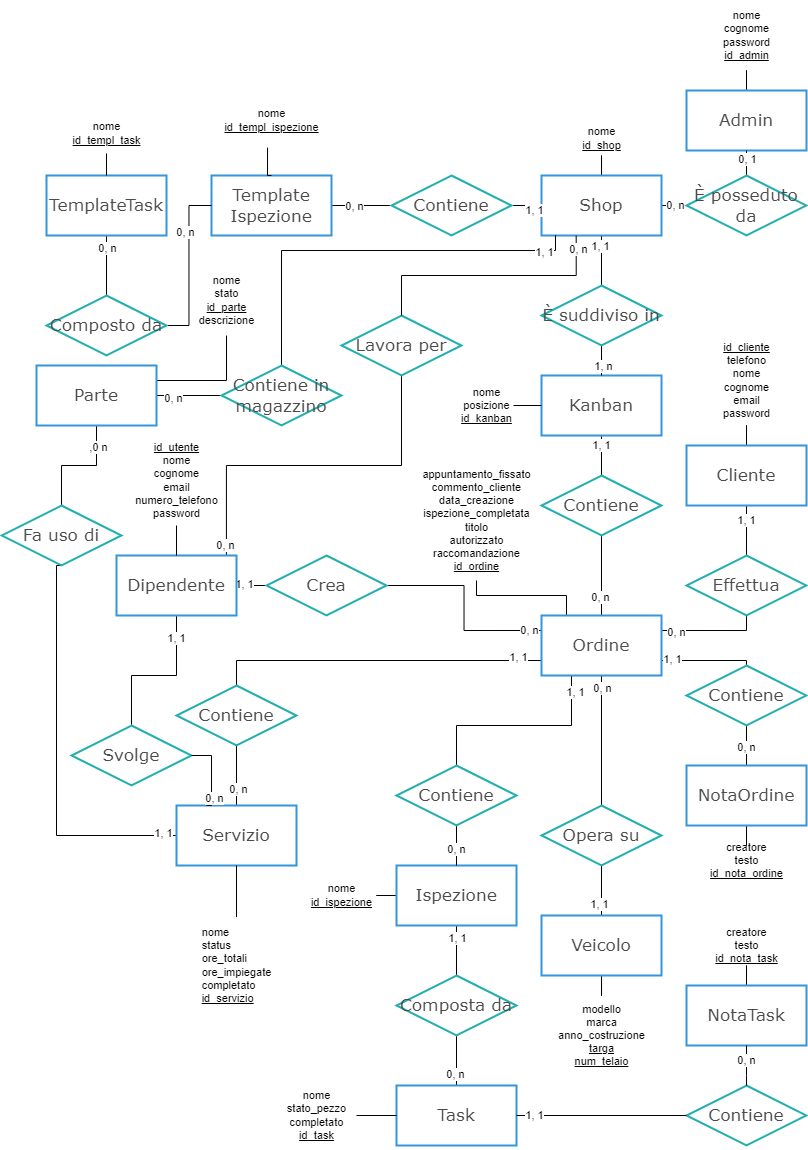
Above: res/SchemaER.png in Mattia-Gaetano-Greco/Officina (draw.io), before the change. Source tidied: cells renumbered, new cells last; positions are measured from the earlier drawing's top-left corner, leaving out a move shared by most shapes.
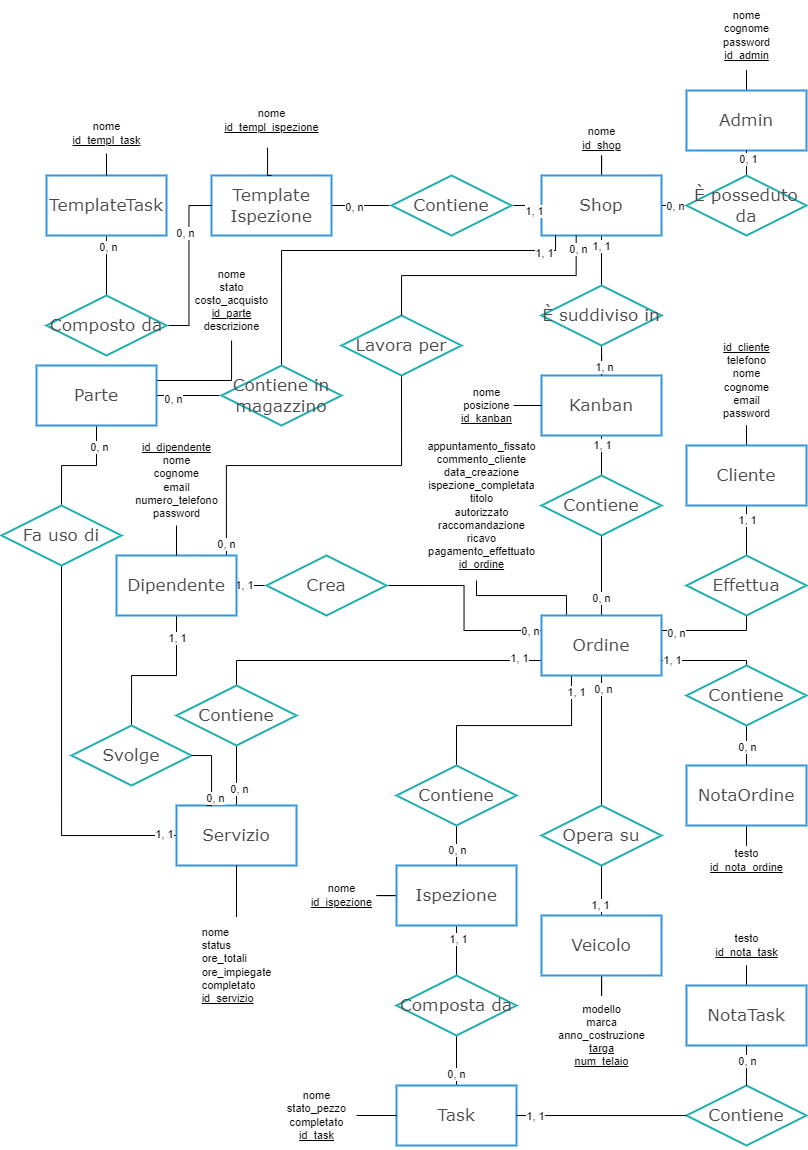
Above is the later version.

What changed in the source:
```diff
@@ -181,8 +181,8 @@
     <mxCell id="49" value="È suddiviso in" style="rhombus;whiteSpace=wrap;html=1;strokeWidth=2;strokeColor=#24afaf;fontFamily=Verdana;fontSize=17;fontColor=#4B4B4B;" parent="1" vertex="1">
       <mxGeometry x="540" y="285" width="120" height="60" as="geometry" />
     </mxCell>
-    <mxCell id="50" value="appuntamento_fissato&lt;br style=&quot;font-size: 11px;&quot;&gt;commento_cliente&lt;br style=&quot;font-size: 11px;&quot;&gt;data_creazione&lt;br style=&quot;font-size: 11px;&quot;&gt;ispezione_completata&lt;br style=&quot;font-size: 11px;&quot;&gt;titolo&lt;br style=&quot;font-size: 11px;&quot;&gt;autorizzato&lt;br style=&quot;font-size: 11px;&quot;&gt;raccomandazione&lt;br style=&quot;font-size: 11px;&quot;&gt;&lt;u style=&quot;font-size: 11px;&quot;&gt;id_ordine&lt;/u&gt;" style="text;html=1;align=center;verticalAlign=middle;points=[];strokeColor=none;fillColor=none;fontSize=11;fontFamily=Helvetica;fontColor=default;" parent="1" vertex="1">
-      <mxGeometry x="410" y="460" width="130" height="120" as="geometry" />
+    <mxCell id="50" value="appuntamento_fissato&lt;br style=&quot;font-size: 11px;&quot;&gt;commento_cliente&lt;br style=&quot;font-size: 11px;&quot;&gt;data_creazione&lt;br style=&quot;font-size: 11px;&quot;&gt;ispezione_completata&lt;br style=&quot;font-size: 11px;&quot;&gt;titolo&lt;br style=&quot;font-size: 11px;&quot;&gt;autorizzato&lt;br style=&quot;font-size: 11px;&quot;&gt;raccomandazione&lt;br&gt;ricavo&lt;br&gt;pagamento_effettuato&lt;br style=&quot;font-size: 11px;&quot;&gt;&lt;u style=&quot;font-size: 11px;&quot;&gt;id_ordine&lt;/u&gt;" style="text;html=1;align=center;verticalAlign=middle;points=[];strokeColor=none;fillColor=none;fontSize=11;fontFamily=Helvetica;fontColor=default;" parent="1" vertex="1">
+      <mxGeometry x="415" y="430" width="130" height="150" as="geometry" />
     </mxCell>
     <mxCell id="51" value="modello&lt;br style=&quot;font-size: 11px;&quot;&gt;marca&lt;br style=&quot;font-size: 11px;&quot;&gt;anno_costruzione&lt;br style=&quot;font-size: 11px;&quot;&gt;&lt;u style=&quot;font-size: 11px;&quot;&gt;targa&lt;br style=&quot;font-size: 11px;&quot;&gt;num_telaio&lt;/u&gt;" style="text;html=1;align=center;verticalAlign=middle;points=[];strokeColor=none;fillColor=none;fontSize=11;fontFamily=Helvetica;fontColor=default;" parent="1" vertex="1">
       <mxGeometry x="545" y="995" width="110" height="80" as="geometry" />
@@ -201,8 +201,8 @@
     <mxCell id="55" value="Contiene" style="rhombus;whiteSpace=wrap;html=1;strokeWidth=2;strokeColor=#24afaf;fontFamily=Verdana;fontSize=17;fontColor=#4B4B4B;" parent="1" vertex="1">
       <mxGeometry x="685" y="665" width="120" height="60" as="geometry" />
     </mxCell>
-    <mxCell id="56" value="creatore&lt;br style=&quot;font-size: 11px;&quot;&gt;testo&lt;br style=&quot;font-size: 11px;&quot;&gt;&lt;u style=&quot;font-size: 11px;&quot;&gt;id_nota_task&lt;/u&gt;" style="text;html=1;align=center;verticalAlign=middle;points=[];strokeColor=none;fillColor=none;fontSize=11;fontFamily=Helvetica;fontColor=default;" parent="1" vertex="1">
-      <mxGeometry x="700" y="920" width="90" height="50" as="geometry" />
+    <mxCell id="56" value="testo&lt;br style=&quot;font-size: 11px;&quot;&gt;&lt;u style=&quot;font-size: 11px;&quot;&gt;id_nota_task&lt;/u&gt;" style="text;html=1;align=center;verticalAlign=middle;points=[];strokeColor=none;fillColor=none;fontSize=11;fontFamily=Helvetica;fontColor=default;" parent="1" vertex="1">
+      <mxGeometry x="700" y="925" width="90" height="40" as="geometry" />
     </mxCell>
     <mxCell id="57" style="edgeStyle=orthogonalEdgeStyle;shape=connector;rounded=0;jettySize=auto;html=1;labelBackgroundColor=default;strokeColor=default;align=center;verticalAlign=middle;fontFamily=Helvetica;fontSize=11;fontColor=default;endArrow=none;endFill=0;" parent="1" edge="1" source="60" target="66">
       <mxGeometry relative="1" as="geometry" />
@@ -281,7 +281,7 @@
     <mxCell id="78" style="edgeStyle=orthogonalEdgeStyle;rounded=0;jettySize=auto;html=1;exitX=0.5;exitY=1;exitDx=0;exitDy=0;entryX=0.5;entryY=0;entryDx=0;entryDy=0;endArrow=none;endFill=0;" parent="1" edge="1" source="80" target="111">
       <mxGeometry relative="1" as="geometry" />
     </mxCell>
-    <mxCell id="79" value=",0 n" style="edgeLabel;html=1;align=center;verticalAlign=middle;" parent="78" vertex="1">
+    <mxCell id="79" value="0, n" style="edgeLabel;html=1;align=center;verticalAlign=middle;" parent="78" vertex="1">
       <mxGeometry x="-0.62" y="2" relative="1" as="geometry" />
     </mxCell>
     <mxCell id="80" value="Parte" style="rounded=0;whiteSpace=wrap;html=1;strokeWidth=2;strokeColor=#3396dd;fontFamily=Verdana;fontSize=17;fontColor=#4B4B4B;" parent="1" vertex="1">
@@ -290,8 +290,8 @@
     <mxCell id="81" value="Contiene in magazzino" style="rhombus;whiteSpace=wrap;html=1;strokeWidth=2;strokeColor=#24afaf;fontFamily=Verdana;fontSize=17;fontColor=#4B4B4B;" parent="1" vertex="1">
       <mxGeometry x="220" y="365" width="120" height="60" as="geometry" />
     </mxCell>
-    <mxCell id="82" value="nome&lt;br style=&quot;font-size: 11px;&quot;&gt;stato&lt;br style=&quot;font-size: 11px;&quot;&gt;&lt;u style=&quot;font-size: 11px;&quot;&gt;id_parte&lt;/u&gt;&lt;br style=&quot;font-size: 11px;&quot;&gt;descrizione" style="text;html=1;align=center;verticalAlign=middle;points=[];strokeColor=none;fillColor=none;fontSize=11;fontFamily=Helvetica;fontColor=default;" parent="1" vertex="1">
-      <mxGeometry x="185" y="265" width="80" height="70" as="geometry" />
+    <mxCell id="82" value="nome&lt;br style=&quot;font-size: 11px;&quot;&gt;stato&lt;br&gt;costo_acquisto&lt;br style=&quot;font-size: 11px;&quot;&gt;&lt;u style=&quot;font-size: 11px;&quot;&gt;id_parte&lt;/u&gt;&lt;br style=&quot;font-size: 11px;&quot;&gt;descrizione" style="text;html=1;align=center;verticalAlign=middle;points=[];strokeColor=none;fillColor=none;fontSize=11;fontFamily=Helvetica;fontColor=default;" parent="1" vertex="1">
+      <mxGeometry x="180" y="260" width="100" height="80" as="geometry" />
     </mxCell>
     <mxCell id="83" style="edgeStyle=orthogonalEdgeStyle;shape=connector;rounded=0;jettySize=auto;html=1;exitX=1;exitY=0.5;exitDx=0;exitDy=0;entryX=0;entryY=0.5;entryDx=0;entryDy=0;labelBackgroundColor=default;strokeColor=default;align=center;verticalAlign=middle;fontFamily=Helvetica;fontSize=11;fontColor=default;endArrow=none;endFill=0;" parent="1" edge="1" source="90" target="46">
       <mxGeometry relative="1" as="geometry" />
@@ -356,7 +356,7 @@
     <mxCell id="101" style="edgeStyle=orthogonalEdgeStyle;rounded=0;jettySize=auto;html=1;exitX=0;exitY=0.5;exitDx=0;exitDy=0;entryX=0.5;entryY=1;entryDx=0;entryDy=0;endArrow=none;endFill=0;" parent="1" edge="1" source="103" target="111">
       <mxGeometry relative="1" as="geometry">
         <Array as="points">
-          <mxPoint x="55" y="835" />
+          <mxPoint x="60" y="835" />
         </Array>
       </mxGeometry>
     </mxCell>
@@ -426,8 +426,8 @@
     <mxCell id="118" value="NotaOrdine" style="rounded=0;whiteSpace=wrap;html=1;strokeWidth=2;strokeColor=#3396dd;fontFamily=Verdana;fontSize=17;fontColor=#4B4B4B;" parent="1" vertex="1">
       <mxGeometry x="685" y="765" width="120" height="60" as="geometry" />
     </mxCell>
-    <mxCell id="119" value="creatore&lt;br style=&quot;font-size: 11px;&quot;&gt;testo&lt;br style=&quot;font-size: 11px;&quot;&gt;&lt;u style=&quot;font-size: 11px;&quot;&gt;id_nota_ordine&lt;/u&gt;" style="text;html=1;align=center;verticalAlign=middle;points=[];strokeColor=none;fillColor=none;fontSize=11;fontFamily=Helvetica;fontColor=default;" parent="1" vertex="1">
-      <mxGeometry x="695" y="835" width="100" height="50" as="geometry" />
+    <mxCell id="119" value="testo&lt;br style=&quot;font-size: 11px;&quot;&gt;&lt;u style=&quot;font-size: 11px;&quot;&gt;id_nota_ordine&lt;/u&gt;" style="text;html=1;align=center;verticalAlign=middle;points=[];strokeColor=none;fillColor=none;fontSize=11;fontFamily=Helvetica;fontColor=default;" parent="1" vertex="1">
+      <mxGeometry x="695" y="840" width="100" height="40" as="geometry" />
     </mxCell>
     <mxCell id="120" value="nome&lt;br style=&quot;font-size: 11px;&quot;&gt;posizione&lt;br&gt;&lt;u&gt;id_kanban&lt;/u&gt;" style="text;html=1;align=center;verticalAlign=middle;strokeColor=none;fillColor=none;fontSize=11;" parent="1" vertex="1">
       <mxGeometry x="450" y="380" width="70" height="50" as="geometry" />
@@ -437,7 +437,7 @@
         <mxPoint x="512" y="405" as="targetPoint" />
       </mxGeometry>
     </mxCell>
-    <mxCell id="122" value="&lt;u style=&quot;border-color: var(--border-color);&quot;&gt;id_utente&lt;/u&gt;&lt;br&gt;nome&lt;br style=&quot;font-size: 11px;&quot;&gt;cognome&lt;br style=&quot;font-size: 11px;&quot;&gt;email&lt;br style=&quot;font-size: 11px;&quot;&gt;numero_telefono&lt;br&gt;password" style="text;html=1;align=center;verticalAlign=middle;points=[];strokeColor=none;fillColor=none;fontSize=11;" parent="1" vertex="1">
+    <mxCell id="122" value="&lt;u style=&quot;border-color: var(--border-color);&quot;&gt;id_dipendente&lt;/u&gt;&lt;br&gt;nome&lt;br style=&quot;font-size: 11px;&quot;&gt;cognome&lt;br style=&quot;font-size: 11px;&quot;&gt;email&lt;br style=&quot;font-size: 11px;&quot;&gt;numero_telefono&lt;br&gt;password" style="text;html=1;align=center;verticalAlign=middle;points=[];strokeColor=none;fillColor=none;fontSize=11;" parent="1" vertex="1">
       <mxGeometry x="120" y="435" width="110" height="90" as="geometry" />
     </mxCell>
     <mxCell id="123" style="edgeStyle=orthogonalEdgeStyle;rounded=0;jettySize=auto;html=1;exitX=0.5;exitY=0;exitDx=0;exitDy=0;endArrow=none;endFill=0;" parent="1" edge="1" source="36" target="122">
```
